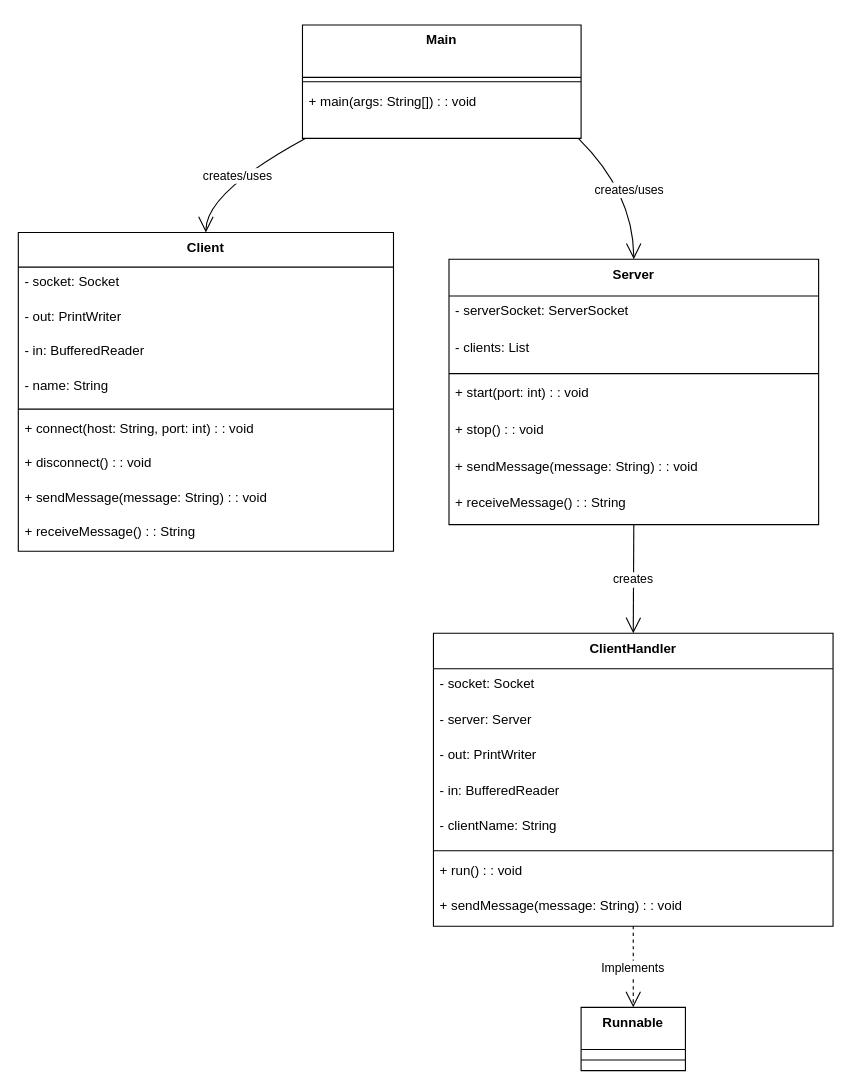
Above: src/main/resources/UML.drawio in ilkondrat/PeerToPeerChat (draw.io), before the change. Source tidied: cells renumbered, new cells numbered last; positions are measured from the earlier drawing's top-left corner, leaving out a move shared by most shapes. Both pictures are drawn from the tidied source at 111%, with x=0, y=0 at pixel (18, 24).
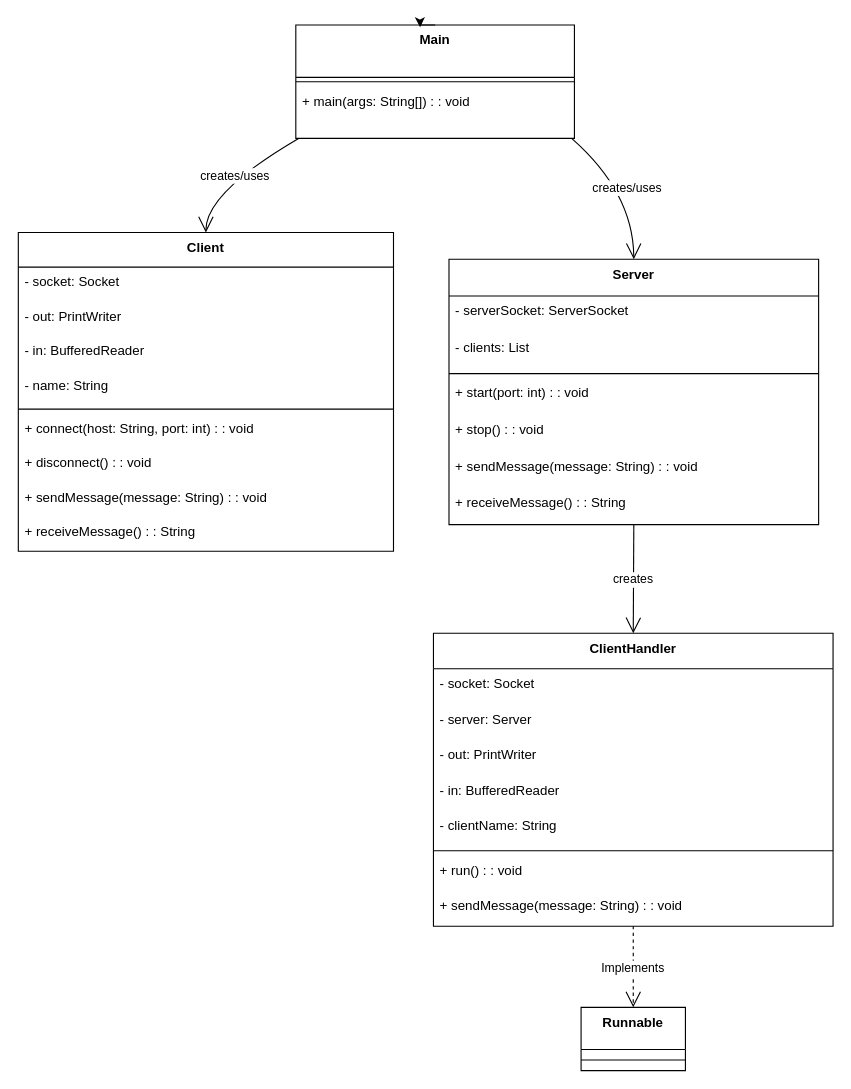
The same diagram, later.

What changed in the source:
```diff
@@
     <mxCell id="2" value="Main" style="swimlane;fontStyle=1;align=center;verticalAlign=top;horizontal=1;startSize=47.2;" parent="1" vertex="1">
-      <mxGeometry x="256" width="251" height="102.2" as="geometry" />
+      <mxGeometry x="250" width="251" height="102.2" as="geometry" />
     </mxCell>
@@
+    <mxCell id="38" style="edgeStyle=orthogonalEdgeStyle;rounded=0;orthogonalLoop=1;jettySize=auto;html=1;exitX=0.5;exitY=0;exitDx=0;exitDy=0;entryX=0.446;entryY=0.02;entryDx=0;entryDy=0;entryPerimeter=0;" parent="1" edge="1" source="2" target="2">
+      <mxGeometry relative="1" as="geometry" />
+    </mxCell>
```
